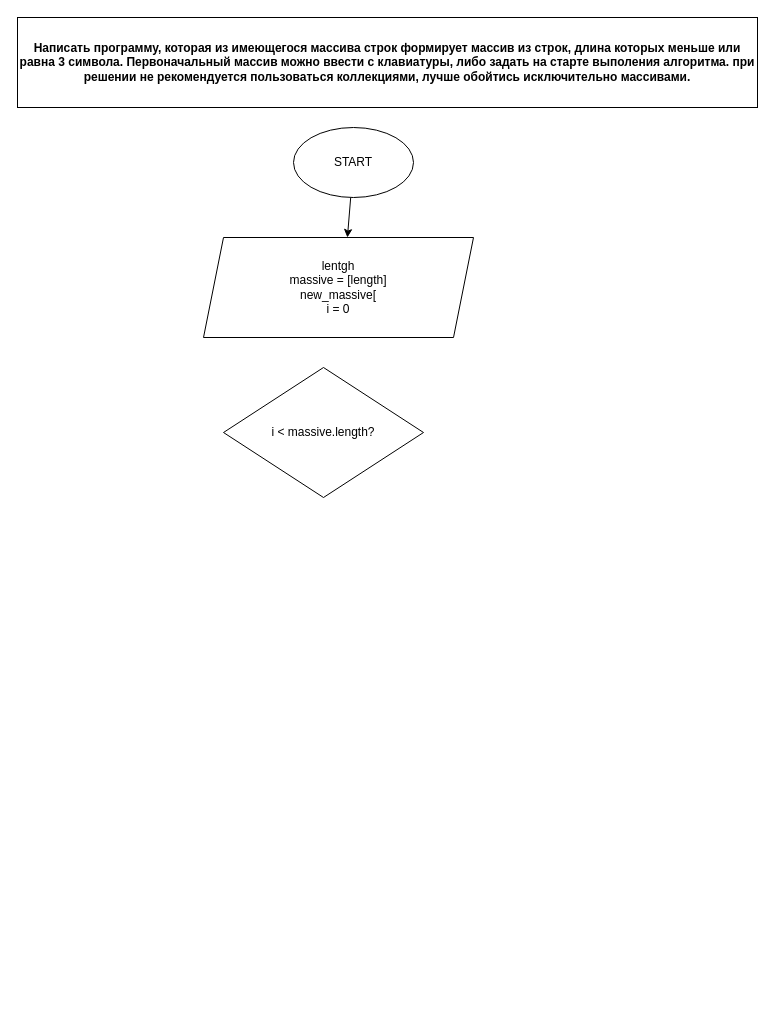
leru0411/examination-07.08.2022 keeps this draw.io diagram as exam.drawio. Above is the earlier version. Source tidied: cells renumbered, new cells numbered last; positions are measured from the earlier drawing's top-left corner, leaving out a move shared by most shapes. Both pictures are drawn from the tidied source at 100%, with x=0, y=0 at pixel (17, 17).
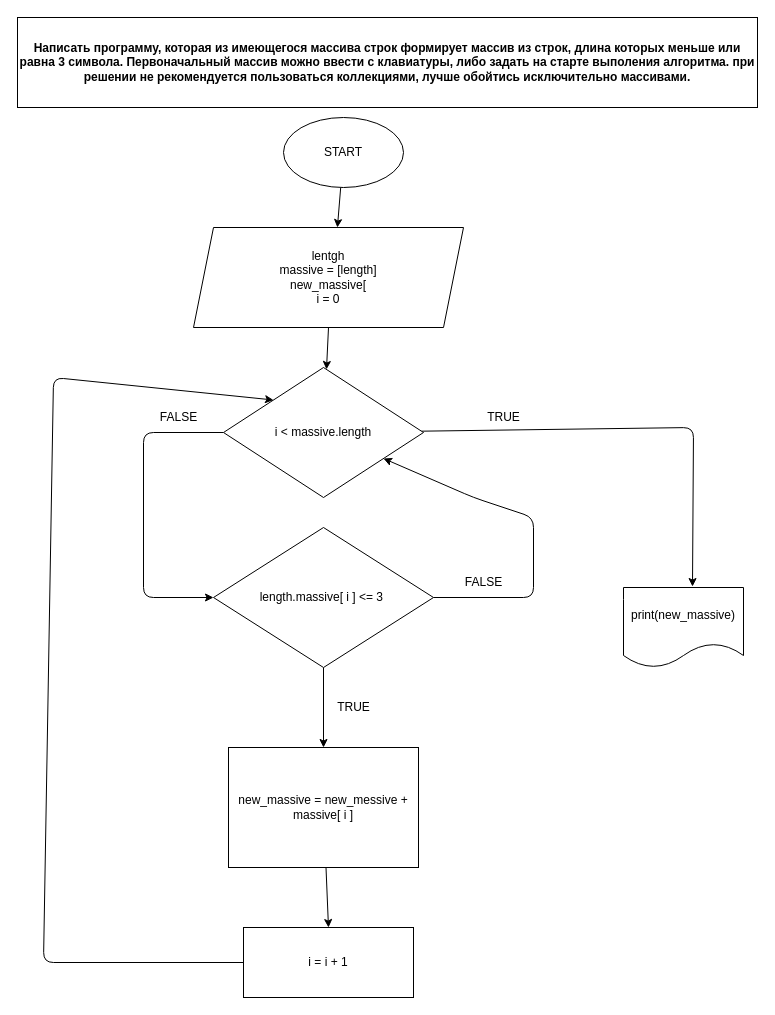
After the change.

Commit message:
drew first version diagram part 2

Diff of the diagram source:
```diff
@@
     <mxCell id="4" value="START" style="ellipse;whiteSpace=wrap;html=1;" parent="1" vertex="1">
-      <mxGeometry x="276" y="110" width="120" height="70" as="geometry" />
+      <mxGeometry x="266" y="100" width="120" height="70" as="geometry" />
     </mxCell>
+    <mxCell id="7" style="edgeStyle=none;html=1;exitX=0.5;exitY=1;exitDx=0;exitDy=0;" parent="1" edge="1" source="5" target="6">
+      <mxGeometry relative="1" as="geometry" />
+    </mxCell>
     <mxCell id="5" value="lentgh&lt;br&gt;massive = [length]&lt;br&gt;new_massive[&lt;br&gt;i = 0" style="shape=parallelogram;perimeter=parallelogramPerimeter;whiteSpace=wrap;html=1;fixedSize=1;" parent="1" vertex="1">
-      <mxGeometry x="186" y="220" width="270" height="100" as="geometry" />
+      <mxGeometry x="176" y="210" width="270" height="100" as="geometry" />
     </mxCell>
+    <mxCell id="8" style="edgeStyle=none;html=1;entryX=0;entryY=0.5;entryDx=0;entryDy=0;" parent="1" edge="1" source="6" target="12">
+      <mxGeometry relative="1" as="geometry">
+        <Array as="points">
+          <mxPoint x="126" y="415" />
+          <mxPoint x="126" y="580" />
+        </Array>
+      </mxGeometry>
+    </mxCell>
+    <mxCell id="9" style="edgeStyle=none;html=1;entryX=0.575;entryY=-0.012;entryDx=0;entryDy=0;entryPerimeter=0;" parent="1" edge="1" source="6" target="17">
+      <mxGeometry relative="1" as="geometry">
+        <Array as="points">
+          <mxPoint x="676" y="410" />
+        </Array>
+      </mxGeometry>
+    </mxCell>
-    <mxCell id="6" value="i &amp;lt; massive.length?" style="rhombus;whiteSpace=wrap;html=1;" parent="1" vertex="1">
+    <mxCell id="6" value="i &amp;lt; massive.length" style="rhombus;whiteSpace=wrap;html=1;" parent="1" vertex="1">
       <mxGeometry x="206" y="350" width="200" height="130" as="geometry" />
     </mxCell>
+    <mxCell id="10" style="edgeStyle=none;html=1;entryX=0.5;entryY=0;entryDx=0;entryDy=0;" parent="1" edge="1" source="12" target="14">
+      <mxGeometry relative="1" as="geometry" />
+    </mxCell>
+    <mxCell id="11" style="edgeStyle=none;html=1;" parent="1" edge="1" source="12" target="6">
+      <mxGeometry relative="1" as="geometry">
+        <Array as="points">
+          <mxPoint x="516" y="580" />
+          <mxPoint x="516" y="500" />
+          <mxPoint x="456" y="480" />
+        </Array>
+      </mxGeometry>
+    </mxCell>
+    <mxCell id="12" value="length.massive[ i ] &amp;lt;= 3&amp;nbsp;" style="rhombus;whiteSpace=wrap;html=1;" parent="1" vertex="1">
+      <mxGeometry x="196" y="510" width="220" height="140" as="geometry" />
+    </mxCell>
+    <mxCell id="13" style="edgeStyle=none;html=1;entryX=0.5;entryY=0;entryDx=0;entryDy=0;" parent="1" edge="1" source="14" target="16">
+      <mxGeometry relative="1" as="geometry" />
+    </mxCell>
+    <mxCell id="14" value="new_massive = new_messive + massive[ i ]" style="rounded=0;whiteSpace=wrap;html=1;" parent="1" vertex="1">
+      <mxGeometry x="211" y="730" width="190" height="120" as="geometry" />
+    </mxCell>
+    <mxCell id="15" style="edgeStyle=none;html=1;entryX=0;entryY=0;entryDx=0;entryDy=0;" parent="1" edge="1" source="16" target="6">
+      <mxGeometry relative="1" as="geometry">
+        <Array as="points">
+          <mxPoint x="26" y="945" />
+          <mxPoint x="36" y="360" />
+        </Array>
+      </mxGeometry>
+    </mxCell>
+    <mxCell id="16" value="i = i + 1" style="rounded=0;whiteSpace=wrap;html=1;" parent="1" vertex="1">
+      <mxGeometry x="226" y="910" width="170" height="70" as="geometry" />
+    </mxCell>
+    <mxCell id="17" value="print(new_massive)" style="shape=document;whiteSpace=wrap;html=1;boundedLbl=1;" parent="1" vertex="1">
+      <mxGeometry x="606" y="570" width="120" height="80" as="geometry" />
+    </mxCell>
+    <mxCell id="18" value="FALSE" style="text;html=1;align=center;verticalAlign=middle;strokeColor=none;fillColor=none;" parent="1" vertex="1">
+      <mxGeometry x="136" y="390" width="50" height="20" as="geometry" />
+    </mxCell>
+    <mxCell id="19" value="TRUE" style="text;html=1;align=center;verticalAlign=middle;strokeColor=none;fillColor=none;" parent="1" vertex="1">
+      <mxGeometry x="461" y="390" width="50" height="20" as="geometry" />
+    </mxCell>
+    <mxCell id="20" value="TRUE" style="text;html=1;align=center;verticalAlign=middle;strokeColor=none;fillColor=none;" parent="1" vertex="1">
+      <mxGeometry x="311" y="680" width="50" height="20" as="geometry" />
+    </mxCell>
+    <mxCell id="21" value="FALSE" style="text;html=1;align=center;verticalAlign=middle;strokeColor=none;fillColor=none;" parent="1" vertex="1">
+      <mxGeometry x="441" y="555" width="50" height="20" as="geometry" />
+    </mxCell>
```
